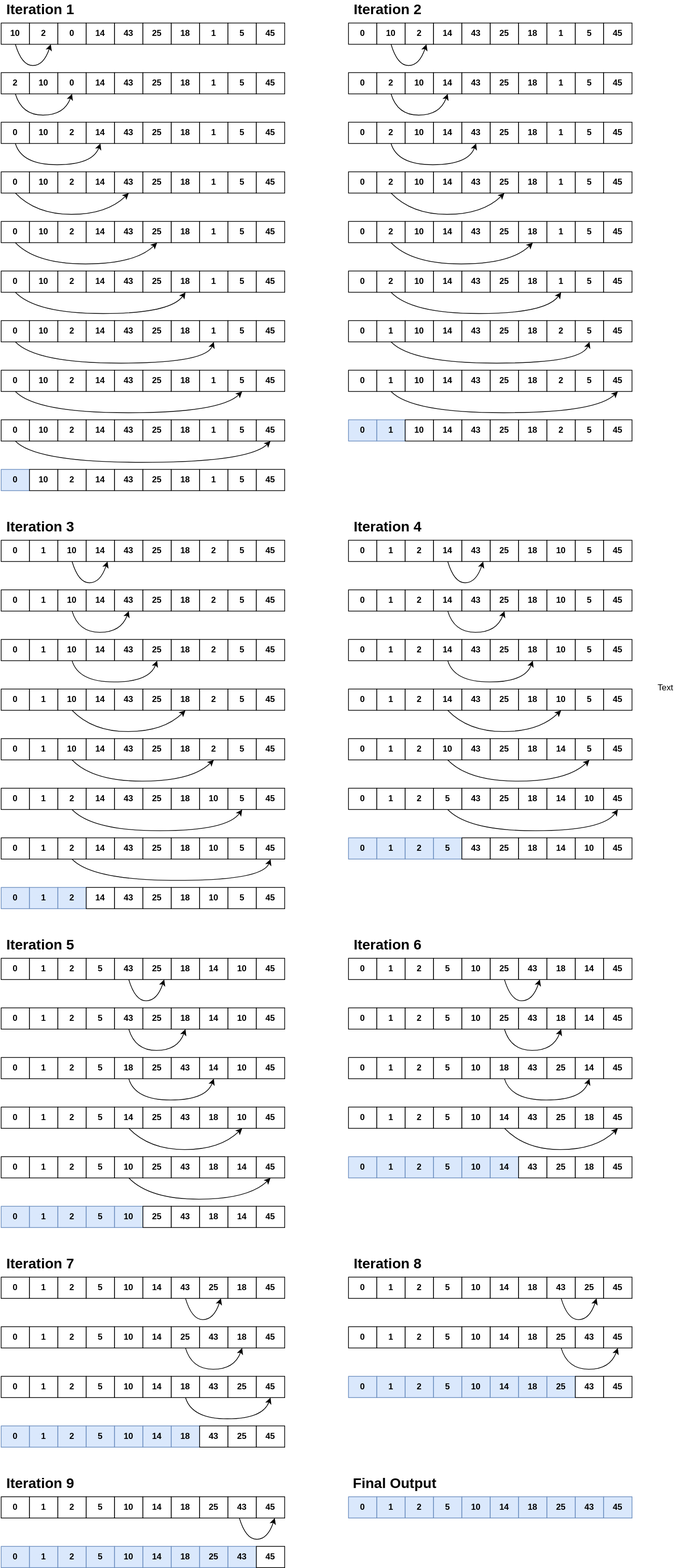
This is ALGORITHMS/Sorting Algorithms/img/selection-sort.svg from shakeelansari63/Training, a draw.io export, as it was before one commit. Source tidied: cells renumbered, new cells last; positions are measured from the earlier drawing's top-left corner, leaving out a move shared by most shapes.
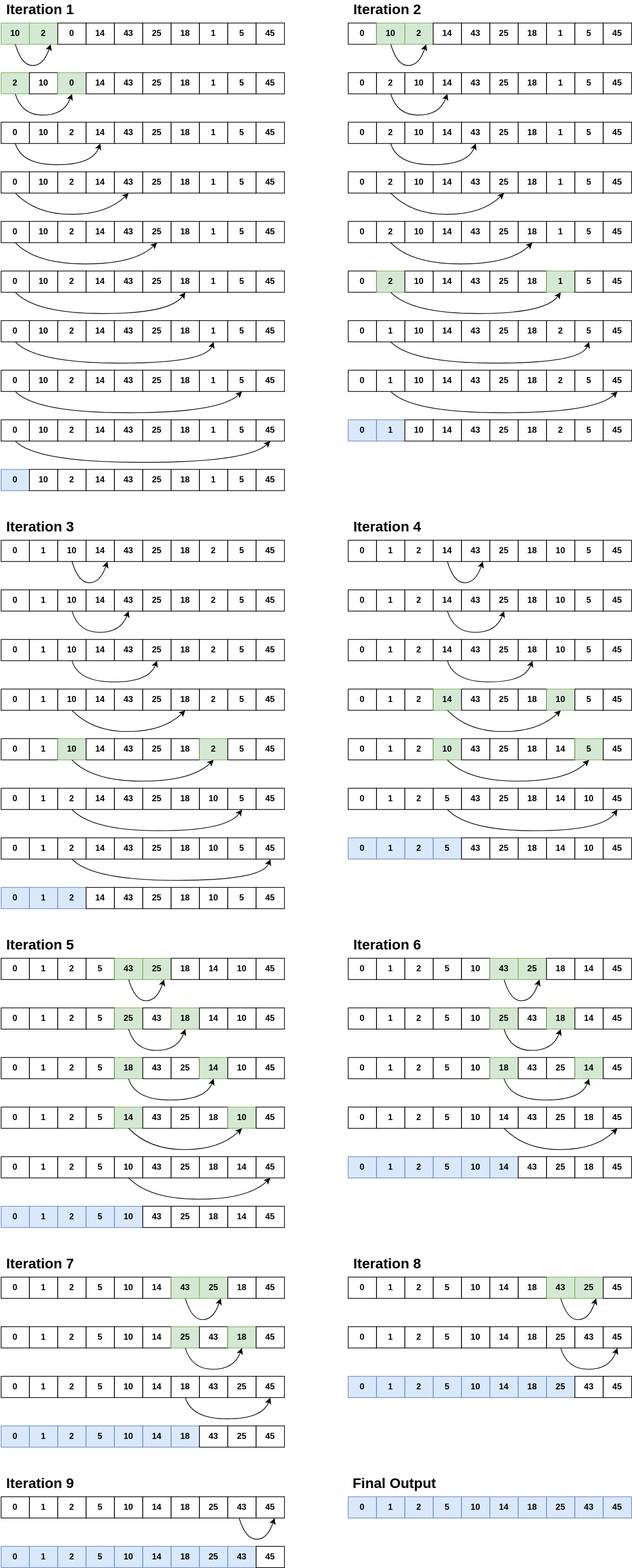
Above is the later version.

Commit message:
Bubble and Insertion Sort

The edit, as a diff of the source:
```diff
@@ -4,6 +4,6 @@
     <mxCell id="1" parent="0" />
-    <mxCell id="2" value="10" style="rounded=0;whiteSpace=wrap;html=1;fontStyle=1;" parent="1" vertex="1">
+    <mxCell id="2" value="10" style="rounded=0;whiteSpace=wrap;html=1;fontStyle=1;fillColor=#d5e8d4;strokeColor=#82b366;" parent="1" vertex="1">
       <mxGeometry y="30" width="40" height="30" as="geometry" />
     </mxCell>
-    <mxCell id="3" value="2" style="rounded=0;whiteSpace=wrap;html=1;fontStyle=1;" parent="1" vertex="1">
+    <mxCell id="3" value="2" style="rounded=0;whiteSpace=wrap;html=1;fontStyle=1;fillColor=#d5e8d4;strokeColor=#82b366;" parent="1" vertex="1">
       <mxGeometry x="40" y="30" width="40" height="30" as="geometry" />
@@ -44,3 +44,3 @@
     </mxCell>
-    <mxCell id="13" value="2" style="rounded=0;whiteSpace=wrap;html=1;fontStyle=1;" parent="1" vertex="1">
+    <mxCell id="13" value="2" style="rounded=0;whiteSpace=wrap;html=1;fontStyle=1;fillColor=#d5e8d4;strokeColor=#82b366;" parent="1" vertex="1">
       <mxGeometry y="100" width="40" height="30" as="geometry" />
@@ -50,3 +50,3 @@
     </mxCell>
-    <mxCell id="15" value="0" style="rounded=0;whiteSpace=wrap;html=1;fontStyle=1;" parent="1" vertex="1">
+    <mxCell id="15" value="0" style="rounded=0;whiteSpace=wrap;html=1;fontStyle=1;fillColor=#d5e8d4;strokeColor=#82b366;" parent="1" vertex="1">
       <mxGeometry x="80" y="100" width="40" height="30" as="geometry" />
@@ -351,6 +351,6 @@
     </mxCell>
-    <mxCell id="102" value="10" style="rounded=0;whiteSpace=wrap;html=1;fontStyle=1;" parent="1" vertex="1">
+    <mxCell id="102" value="10" style="rounded=0;whiteSpace=wrap;html=1;fontStyle=1;fillColor=#d5e8d4;strokeColor=#82b366;" parent="1" vertex="1">
       <mxGeometry x="530" y="30" width="40" height="30" as="geometry" />
     </mxCell>
-    <mxCell id="103" value="2" style="rounded=0;whiteSpace=wrap;html=1;fontStyle=1;" parent="1" vertex="1">
+    <mxCell id="103" value="2" style="rounded=0;whiteSpace=wrap;html=1;fontStyle=1;fillColor=#d5e8d4;strokeColor=#82b366;" parent="1" vertex="1">
       <mxGeometry x="570" y="30" width="40" height="30" as="geometry" />
@@ -551,3 +551,3 @@
     </mxCell>
-    <mxCell id="157" value="2" style="rounded=0;whiteSpace=wrap;html=1;fontStyle=1;" parent="1" vertex="1">
+    <mxCell id="157" value="2" style="rounded=0;whiteSpace=wrap;html=1;fontStyle=1;fillColor=#d5e8d4;strokeColor=#82b366;" parent="1" vertex="1">
       <mxGeometry x="530" y="380" width="40" height="30" as="geometry" />
@@ -569,3 +569,3 @@
     </mxCell>
-    <mxCell id="163" value="1" style="rounded=0;whiteSpace=wrap;html=1;fontStyle=1;" parent="1" vertex="1">
+    <mxCell id="163" value="1" style="rounded=0;whiteSpace=wrap;html=1;fontStyle=1;fillColor=#d5e8d4;strokeColor=#82b366;" parent="1" vertex="1">
       <mxGeometry x="770" y="380" width="40" height="30" as="geometry" />
@@ -834,3 +834,3 @@
     </mxCell>
-    <mxCell id="235" value="10" style="rounded=0;whiteSpace=wrap;html=1;fontStyle=1;" parent="1" vertex="1">
+    <mxCell id="235" value="10" style="rounded=0;whiteSpace=wrap;html=1;fontStyle=1;fillColor=#d5e8d4;strokeColor=#82b366;" parent="1" vertex="1">
       <mxGeometry x="80" y="1040" width="40" height="30" as="geometry" />
@@ -849,3 +849,3 @@
     </mxCell>
-    <mxCell id="240" value="2" style="rounded=0;whiteSpace=wrap;html=1;fontStyle=1;" parent="1" vertex="1">
+    <mxCell id="240" value="2" style="rounded=0;whiteSpace=wrap;html=1;fontStyle=1;fillColor=#d5e8d4;strokeColor=#82b366;" parent="1" vertex="1">
       <mxGeometry x="280" y="1040" width="40" height="30" as="geometry" />
@@ -1077,3 +1077,3 @@
     </mxCell>
-    <mxCell id="302" value="14" style="rounded=0;whiteSpace=wrap;html=1;fontStyle=1;" parent="1" vertex="1">
+    <mxCell id="302" value="14" style="rounded=0;whiteSpace=wrap;html=1;fontStyle=1;fillColor=#d5e8d4;strokeColor=#82b366;" parent="1" vertex="1">
       <mxGeometry x="610" y="970" width="40" height="30" as="geometry" />
@@ -1089,3 +1089,3 @@
     </mxCell>
-    <mxCell id="306" value="10" style="rounded=0;whiteSpace=wrap;html=1;fontStyle=1;" parent="1" vertex="1">
+    <mxCell id="306" value="10" style="rounded=0;whiteSpace=wrap;html=1;fontStyle=1;fillColor=#d5e8d4;strokeColor=#82b366;" parent="1" vertex="1">
       <mxGeometry x="770" y="970" width="40" height="30" as="geometry" />
@@ -1117,3 +1117,3 @@
     </mxCell>
-    <mxCell id="313" value="10" style="rounded=0;whiteSpace=wrap;html=1;fontStyle=1;" parent="1" vertex="1">
+    <mxCell id="313" value="10" style="rounded=0;whiteSpace=wrap;html=1;fontStyle=1;fillColor=#d5e8d4;strokeColor=#82b366;" parent="1" vertex="1">
       <mxGeometry x="610" y="1040" width="40" height="30" as="geometry" />
@@ -1132,3 +1132,3 @@
     </mxCell>
-    <mxCell id="318" value="5" style="rounded=0;whiteSpace=wrap;html=1;fontStyle=1;" parent="1" vertex="1">
+    <mxCell id="318" value="5" style="rounded=0;whiteSpace=wrap;html=1;fontStyle=1;fillColor=#d5e8d4;strokeColor=#82b366;" parent="1" vertex="1">
       <mxGeometry x="810" y="1040" width="40" height="30" as="geometry" />
@@ -1200,6 +1200,6 @@
     </mxCell>
-    <mxCell id="336" value="43" style="rounded=0;whiteSpace=wrap;html=1;fontStyle=1;" parent="1" vertex="1">
+    <mxCell id="336" value="43" style="rounded=0;whiteSpace=wrap;html=1;fontStyle=1;fillColor=#d5e8d4;strokeColor=#82b366;" parent="1" vertex="1">
       <mxGeometry x="160" y="1350" width="40" height="30" as="geometry" />
     </mxCell>
-    <mxCell id="337" value="25" style="rounded=0;whiteSpace=wrap;html=1;fontStyle=1;" parent="1" vertex="1">
+    <mxCell id="337" value="25" style="rounded=0;whiteSpace=wrap;html=1;fontStyle=1;fillColor=#d5e8d4;strokeColor=#82b366;" parent="1" vertex="1">
       <mxGeometry x="200" y="1350" width="40" height="30" as="geometry" />
@@ -1240,9 +1240,9 @@
     </mxCell>
-    <mxCell id="347" value="43" style="rounded=0;whiteSpace=wrap;html=1;fontStyle=1;" parent="1" vertex="1">
+    <mxCell id="347" value="25" style="rounded=0;whiteSpace=wrap;html=1;fontStyle=1;fillColor=#d5e8d4;strokeColor=#82b366;" parent="1" vertex="1">
       <mxGeometry x="160" y="1420" width="40" height="30" as="geometry" />
     </mxCell>
-    <mxCell id="348" value="25" style="rounded=0;whiteSpace=wrap;html=1;fontStyle=1;" parent="1" vertex="1">
+    <mxCell id="348" value="43" style="rounded=0;whiteSpace=wrap;html=1;fontStyle=1;" parent="1" vertex="1">
       <mxGeometry x="200" y="1420" width="40" height="30" as="geometry" />
     </mxCell>
-    <mxCell id="349" value="18" style="rounded=0;whiteSpace=wrap;html=1;fontStyle=1;" parent="1" vertex="1">
+    <mxCell id="349" value="18" style="rounded=0;whiteSpace=wrap;html=1;fontStyle=1;fillColor=#d5e8d4;strokeColor=#82b366;" parent="1" vertex="1">
       <mxGeometry x="240" y="1420" width="40" height="30" as="geometry" />
@@ -1280,12 +1280,12 @@
     </mxCell>
-    <mxCell id="358" value="18" style="rounded=0;whiteSpace=wrap;html=1;fontStyle=1;" parent="1" vertex="1">
+    <mxCell id="358" value="18" style="rounded=0;whiteSpace=wrap;html=1;fontStyle=1;fillColor=#d5e8d4;strokeColor=#82b366;" parent="1" vertex="1">
       <mxGeometry x="160" y="1490" width="40" height="30" as="geometry" />
     </mxCell>
-    <mxCell id="359" value="25" style="rounded=0;whiteSpace=wrap;html=1;fontStyle=1;" parent="1" vertex="1">
+    <mxCell id="359" value="43" style="rounded=0;whiteSpace=wrap;html=1;fontStyle=1;" parent="1" vertex="1">
       <mxGeometry x="200" y="1490" width="40" height="30" as="geometry" />
     </mxCell>
-    <mxCell id="360" value="43" style="rounded=0;whiteSpace=wrap;html=1;fontStyle=1;" parent="1" vertex="1">
+    <mxCell id="360" value="25" style="rounded=0;whiteSpace=wrap;html=1;fontStyle=1;" parent="1" vertex="1">
       <mxGeometry x="240" y="1490" width="40" height="30" as="geometry" />
     </mxCell>
-    <mxCell id="361" value="14" style="rounded=0;whiteSpace=wrap;html=1;fontStyle=1;" parent="1" vertex="1">
+    <mxCell id="361" value="14" style="rounded=0;whiteSpace=wrap;html=1;fontStyle=1;fillColor=#d5e8d4;strokeColor=#82b366;" parent="1" vertex="1">
       <mxGeometry x="280" y="1490" width="40" height="30" as="geometry" />
@@ -1320,9 +1320,9 @@
     </mxCell>
-    <mxCell id="369" value="14" style="rounded=0;whiteSpace=wrap;html=1;fontStyle=1;" parent="1" vertex="1">
+    <mxCell id="369" value="14" style="rounded=0;whiteSpace=wrap;html=1;fontStyle=1;fillColor=#d5e8d4;strokeColor=#82b366;" parent="1" vertex="1">
       <mxGeometry x="160" y="1560" width="40" height="30" as="geometry" />
     </mxCell>
-    <mxCell id="370" value="25" style="rounded=0;whiteSpace=wrap;html=1;fontStyle=1;" parent="1" vertex="1">
+    <mxCell id="370" value="43" style="rounded=0;whiteSpace=wrap;html=1;fontStyle=1;" parent="1" vertex="1">
       <mxGeometry x="200" y="1560" width="40" height="30" as="geometry" />
     </mxCell>
-    <mxCell id="371" value="43" style="rounded=0;whiteSpace=wrap;html=1;fontStyle=1;" parent="1" vertex="1">
+    <mxCell id="371" value="25" style="rounded=0;whiteSpace=wrap;html=1;fontStyle=1;" parent="1" vertex="1">
       <mxGeometry x="240" y="1560" width="40" height="30" as="geometry" />
@@ -1332,3 +1332,3 @@
     </mxCell>
-    <mxCell id="373" value="10" style="rounded=0;whiteSpace=wrap;html=1;fontStyle=1;" parent="1" vertex="1">
+    <mxCell id="373" value="10" style="rounded=0;whiteSpace=wrap;html=1;fontStyle=1;fillColor=#d5e8d4;strokeColor=#82b366;" parent="1" vertex="1">
       <mxGeometry x="320" y="1560" width="40" height="30" as="geometry" />
@@ -1363,6 +1363,6 @@
     </mxCell>
-    <mxCell id="381" value="25" style="rounded=0;whiteSpace=wrap;html=1;fontStyle=1;" parent="1" vertex="1">
+    <mxCell id="381" value="43" style="rounded=0;whiteSpace=wrap;html=1;fontStyle=1;" parent="1" vertex="1">
       <mxGeometry x="200" y="1630" width="40" height="30" as="geometry" />
     </mxCell>
-    <mxCell id="382" value="43" style="rounded=0;whiteSpace=wrap;html=1;fontStyle=1;" parent="1" vertex="1">
+    <mxCell id="382" value="25" style="rounded=0;whiteSpace=wrap;html=1;fontStyle=1;" parent="1" vertex="1">
       <mxGeometry x="240" y="1630" width="40" height="30" as="geometry" />
@@ -1523,6 +1523,6 @@
     </mxCell>
-    <mxCell id="432" value="25" style="rounded=0;whiteSpace=wrap;html=1;fontStyle=1;" parent="1" vertex="1">
+    <mxCell id="432" value="43" style="rounded=0;whiteSpace=wrap;html=1;fontStyle=1;" parent="1" vertex="1">
       <mxGeometry x="200" y="1700" width="40" height="30" as="geometry" />
     </mxCell>
-    <mxCell id="433" value="43" style="rounded=0;whiteSpace=wrap;html=1;fontStyle=1;" parent="1" vertex="1">
+    <mxCell id="433" value="25" style="rounded=0;whiteSpace=wrap;html=1;fontStyle=1;" parent="1" vertex="1">
       <mxGeometry x="240" y="1700" width="40" height="30" as="geometry" />
@@ -1553,6 +1553,6 @@
     </mxCell>
-    <mxCell id="442" value="25" style="rounded=0;whiteSpace=wrap;html=1;fontStyle=1;" parent="1" vertex="1">
+    <mxCell id="442" value="43" style="rounded=0;whiteSpace=wrap;html=1;fontStyle=1;fillColor=#d5e8d4;strokeColor=#82b366;" parent="1" vertex="1">
       <mxGeometry x="690" y="1350" width="40" height="30" as="geometry" />
     </mxCell>
-    <mxCell id="443" value="43" style="rounded=0;whiteSpace=wrap;html=1;fontStyle=1;" parent="1" vertex="1">
+    <mxCell id="443" value="25" style="rounded=0;whiteSpace=wrap;html=1;fontStyle=1;fillColor=#d5e8d4;strokeColor=#82b366;" parent="1" vertex="1">
       <mxGeometry x="730" y="1350" width="40" height="30" as="geometry" />
@@ -1593,3 +1593,3 @@
     </mxCell>
-    <mxCell id="453" value="25" style="rounded=0;whiteSpace=wrap;html=1;fontStyle=1;" parent="1" vertex="1">
+    <mxCell id="453" value="25" style="rounded=0;whiteSpace=wrap;html=1;fontStyle=1;fillColor=#d5e8d4;strokeColor=#82b366;" parent="1" vertex="1">
       <mxGeometry x="690" y="1420" width="40" height="30" as="geometry" />
@@ -1599,3 +1599,3 @@
     </mxCell>
-    <mxCell id="455" value="18" style="rounded=0;whiteSpace=wrap;html=1;fontStyle=1;" parent="1" vertex="1">
+    <mxCell id="455" value="18" style="rounded=0;whiteSpace=wrap;html=1;fontStyle=1;fillColor=#d5e8d4;strokeColor=#82b366;" parent="1" vertex="1">
       <mxGeometry x="770" y="1420" width="40" height="30" as="geometry" />
@@ -1633,3 +1633,3 @@
     </mxCell>
-    <mxCell id="464" value="18" style="rounded=0;whiteSpace=wrap;html=1;fontStyle=1;" parent="1" vertex="1">
+    <mxCell id="464" value="18" style="rounded=0;whiteSpace=wrap;html=1;fontStyle=1;fillColor=#d5e8d4;strokeColor=#82b366;" parent="1" vertex="1">
       <mxGeometry x="690" y="1490" width="40" height="30" as="geometry" />
@@ -1642,3 +1642,3 @@
     </mxCell>
-    <mxCell id="467" value="14" style="rounded=0;whiteSpace=wrap;html=1;fontStyle=1;" parent="1" vertex="1">
+    <mxCell id="467" value="14" style="rounded=0;whiteSpace=wrap;html=1;fontStyle=1;fillColor=#d5e8d4;strokeColor=#82b366;" parent="1" vertex="1">
       <mxGeometry x="810" y="1490" width="40" height="30" as="geometry" />
@@ -1746,6 +1746,6 @@
     </mxCell>
-    <mxCell id="497" value="43" style="rounded=0;whiteSpace=wrap;html=1;fontStyle=1;" parent="1" vertex="1">
+    <mxCell id="497" value="43" style="rounded=0;whiteSpace=wrap;html=1;fontStyle=1;fillColor=#d5e8d4;strokeColor=#82b366;" parent="1" vertex="1">
       <mxGeometry x="240" y="1800" width="40" height="30" as="geometry" />
     </mxCell>
-    <mxCell id="498" value="25" style="rounded=0;whiteSpace=wrap;html=1;fontStyle=1;" parent="1" vertex="1">
+    <mxCell id="498" value="25" style="rounded=0;whiteSpace=wrap;html=1;fontStyle=1;fillColor=#d5e8d4;strokeColor=#82b366;" parent="1" vertex="1">
       <mxGeometry x="280" y="1800" width="40" height="30" as="geometry" />
@@ -1786,3 +1786,3 @@
     </mxCell>
-    <mxCell id="508" value="25" style="rounded=0;whiteSpace=wrap;html=1;fontStyle=1;" parent="1" vertex="1">
+    <mxCell id="508" value="25" style="rounded=0;whiteSpace=wrap;html=1;fontStyle=1;fillColor=#d5e8d4;strokeColor=#82b366;" parent="1" vertex="1">
       <mxGeometry x="240" y="1870" width="40" height="30" as="geometry" />
@@ -1792,3 +1792,3 @@
     </mxCell>
-    <mxCell id="510" value="18" style="rounded=0;whiteSpace=wrap;html=1;fontStyle=1;" parent="1" vertex="1">
+    <mxCell id="510" value="18" style="rounded=0;whiteSpace=wrap;html=1;fontStyle=1;fillColor=#d5e8d4;strokeColor=#82b366;" parent="1" vertex="1">
       <mxGeometry x="320" y="1870" width="40" height="30" as="geometry" />
@@ -1899,6 +1899,6 @@
     </mxCell>
-    <mxCell id="541" value="43" style="rounded=0;whiteSpace=wrap;html=1;fontStyle=1;" parent="1" vertex="1">
+    <mxCell id="541" value="43" style="rounded=0;whiteSpace=wrap;html=1;fontStyle=1;fillColor=#d5e8d4;strokeColor=#82b366;" parent="1" vertex="1">
       <mxGeometry x="770" y="1800" width="40" height="30" as="geometry" />
     </mxCell>
-    <mxCell id="542" value="25" style="rounded=0;whiteSpace=wrap;html=1;fontStyle=1;" parent="1" vertex="1">
+    <mxCell id="542" value="25" style="rounded=0;whiteSpace=wrap;html=1;fontStyle=1;fillColor=#d5e8d4;strokeColor=#82b366;" parent="1" vertex="1">
       <mxGeometry x="810" y="1800" width="40" height="30" as="geometry" />
@@ -2088,5 +2088,2 @@
     </mxCell>
-    <mxCell id="597" value="Text" style="text;html=1;align=center;verticalAlign=middle;" parent="1" vertex="1">
-      <mxGeometry x="917" y="958" width="40" height="20" as="geometry" />
-    </mxCell>
     <mxCell id="598" value="&lt;b&gt;&lt;font style=&quot;font-size: 20px&quot;&gt;Iteration 1&lt;/font&gt;&lt;/b&gt;" style="text;html=1;align=center;verticalAlign=middle;strokeWidth=2;" parent="1" vertex="1">
```
